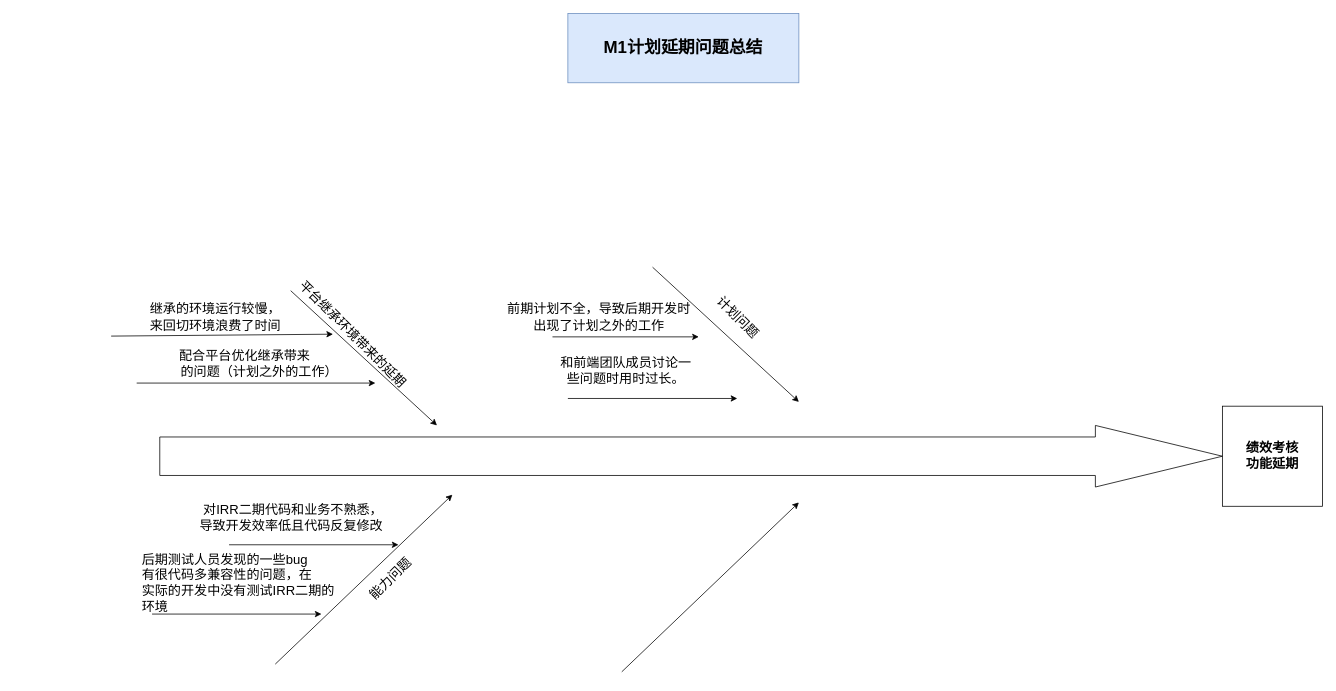
Earlier version of the draw.io diagram 鱼骨图（2022年1月计划延期说明）.drawio (heianqishizhisuiyuan/diagrams). Source tidied: cells renumbered, new cells numbered last; positions are measured from the earlier drawing's top-left corner, leaving out a move shared by most shapes. Both pictures are drawn from the tidied source at 77%, with x=0, y=0 at pixel (36, 13).
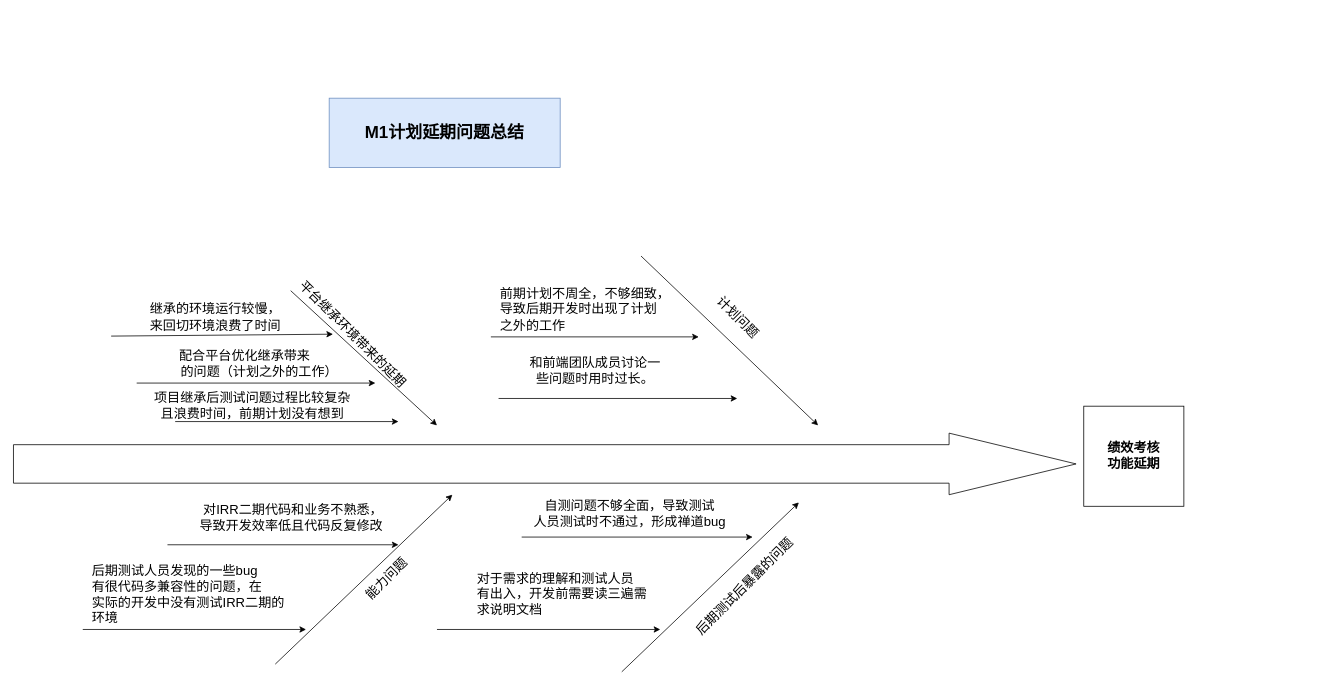
The same page after the edit.

The edit, as a diff of the source:
```diff
@@
     <mxCell id="2" value="绩效考核&lt;br style=&quot;font-size: 17px;&quot;&gt;功能延期" style="whiteSpace=wrap;html=1;fontStyle=1;fontSize=17;" parent="1" vertex="1">
-      <mxGeometry x="1540" y="510" width="130" height="130" as="geometry" />
+      <mxGeometry x="1360" y="510" width="130" height="130" as="geometry" />
     </mxCell>
     <mxCell id="3" value="M1计划延期问题总结" style="rounded=0;whiteSpace=wrap;html=1;fontStyle=1;fontSize=22;labelBackgroundColor=none;fillColor=#dae8fc;strokeColor=#6c8ebf;" parent="1" vertex="1">
-      <mxGeometry x="690" width="300" height="90" as="geometry" />
+      <mxGeometry x="380" y="110" width="300" height="90" as="geometry" />
     </mxCell>
     <mxCell id="4" style="shape=singleArrow;whiteSpace=wrap;html=1;labelBackgroundColor=none;fontSize=17;arrowWidth=0.625;arrowSize=0.11951219512195121;" parent="1" vertex="1">
-      <mxGeometry x="160" y="535" width="1380" height="80" as="geometry" />
+      <mxGeometry x="-30" y="545" width="1380" height="80" as="geometry" />
     </mxCell>
@@
     <mxCell id="11" style="endArrow=classic;html=1;rounded=0;fontSize=17;" parent="1" edge="1">
       <mxGeometry relative="1" as="geometry">
-        <mxPoint x="800" y="329.5" as="sourcePoint" />
-        <mxPoint x="990" y="504.5" as="targetPoint" />
+        <mxPoint x="785" y="315" as="sourcePoint" />
+        <mxPoint x="1015" y="535" as="targetPoint" />
       </mxGeometry>
     </mxCell>
@@
     <mxCell id="13" style="endArrow=classic;html=1;rounded=0;fontSize=17;" parent="1" edge="1">
       <mxGeometry relative="1" as="geometry">
-        <mxPoint x="670" y="420" as="sourcePoint" />
+        <mxPoint x="590" y="420" as="sourcePoint" />
         <mxPoint x="860" y="420" as="targetPoint" />
       </mxGeometry>
     </mxCell>
-    <mxCell id="14" value="前期计划不全，导致后期开发时&lt;br&gt;出现了计划之外的工作" style="text;html=1;align=center;verticalAlign=middle;strokeColor=none;fillColor=none;fontSize=17;" parent="1" vertex="1">
-      <mxGeometry x="605" y="370" width="250" height="50" as="geometry" />
+    <mxCell id="14" value="前期计划不周全，不够细致，&lt;br&gt;导致后期开发时出现了计划&lt;br&gt;之外的工作" style="text;html=1;align=left;verticalAlign=middle;strokeColor=none;fillColor=none;fontSize=17;" parent="1" vertex="1">
+      <mxGeometry x="600" y="350" width="240" height="70" as="geometry" />
     </mxCell>
@@
     <mxCell id="16" value="能力问题" style="text;html=1;align=center;verticalAlign=middle;strokeColor=none;fillColor=none;fontSize=17;rotation=-45;" parent="1" vertex="1">
-      <mxGeometry x="420" y="720" width="80" height="30" as="geometry" />
+      <mxGeometry x="415" y="720" width="80" height="30" as="geometry" />
     </mxCell>
@@
     <mxCell id="18" style="endArrow=classic;html=1;rounded=0;fontSize=17;" parent="1" edge="1">
       <mxGeometry relative="1" as="geometry">
-        <mxPoint x="690" y="500" as="sourcePoint" />
+        <mxPoint x="600" y="500" as="sourcePoint" />
         <mxPoint x="910" y="500" as="targetPoint" />
       </mxGeometry>
     </mxCell>
     <mxCell id="19" style="endArrow=classic;html=1;rounded=0;fontSize=17;" parent="1" edge="1">
       <mxGeometry relative="1" as="geometry">
-        <mxPoint x="150" y="780" as="sourcePoint" />
-        <mxPoint x="370" y="780" as="targetPoint" />
+        <mxPoint x="60" y="800" as="sourcePoint" />
+        <mxPoint x="350" y="800" as="targetPoint" />
       </mxGeometry>
     </mxCell>
@@
     <mxCell id="21" style="endArrow=classic;html=1;rounded=0;fontSize=17;" parent="1" edge="1">
       <mxGeometry relative="1" as="geometry">
-        <mxPoint x="250" y="690" as="sourcePoint" />
+        <mxPoint x="170" y="690" as="sourcePoint" />
         <mxPoint x="470" y="690" as="targetPoint" />
       </mxGeometry>
     </mxCell>
     <mxCell id="22" value="和前端团队成员讨论一&lt;br&gt;些问题时用时过长。" style="text;html=1;align=center;verticalAlign=middle;strokeColor=none;fillColor=none;fontSize=17;" parent="1" vertex="1">
-      <mxGeometry x="670" y="440" width="190" height="50" as="geometry" />
+      <mxGeometry x="630" y="440" width="190" height="50" as="geometry" />
     </mxCell>
     <mxCell id="23" value="后期测试人员发现的一些bug&lt;br&gt;有很代码多兼容性的问题，在&lt;br&gt;实际的开发中没有测试IRR二期的&lt;br&gt;环境" style="text;html=1;align=left;verticalAlign=middle;strokeColor=none;fillColor=none;fontSize=17;" parent="1" vertex="1">
-      <mxGeometry x="135" y="695" width="270" height="90" as="geometry" />
+      <mxGeometry x="70" y="710" width="270" height="90" as="geometry" />
     </mxCell>
+    <mxCell id="24" style="endArrow=classic;html=1;rounded=0;fontSize=17;" parent="1" edge="1">
+      <mxGeometry relative="1" as="geometry">
+        <mxPoint x="180" y="530" as="sourcePoint" />
+        <mxPoint x="470" y="530" as="targetPoint" />
+      </mxGeometry>
+    </mxCell>
+    <mxCell id="25" value="项目继承后测试问题过程比较复杂&lt;br&gt;且浪费时间，前期计划没有想到" style="text;html=1;align=center;verticalAlign=middle;strokeColor=none;fillColor=none;fontSize=17;" parent="1" vertex="1">
+      <mxGeometry x="145" y="485" width="270" height="50" as="geometry" />
+    </mxCell>
+    <mxCell id="26" style="text;html=1;align=center;verticalAlign=middle;strokeColor=none;fillColor=none;fontSize=17;" parent="1" vertex="1">
+      <mxGeometry x="880" y="745" width="20" height="30" as="geometry" />
+    </mxCell>
+    <mxCell id="27" value="后期测试后暴露的问题" style="text;html=1;align=center;verticalAlign=middle;strokeColor=none;fillColor=none;fontSize=17;rotation=-45;" parent="1" vertex="1">
+      <mxGeometry x="825" y="730" width="190" height="30" as="geometry" />
+    </mxCell>
+    <mxCell id="28" style="endArrow=classic;html=1;rounded=0;fontSize=17;" parent="1" edge="1">
+      <mxGeometry relative="1" as="geometry">
+        <mxPoint x="630" y="680" as="sourcePoint" />
+        <mxPoint x="930" y="680" as="targetPoint" />
+      </mxGeometry>
+    </mxCell>
+    <mxCell id="29" value="自测问题不够全面，导致测试&lt;br&gt;人员测试时不通过，形成禅道bug" style="text;html=1;align=center;verticalAlign=middle;strokeColor=none;fillColor=none;fontSize=17;" parent="1" vertex="1">
+      <mxGeometry x="640" y="625" width="260" height="50" as="geometry" />
+    </mxCell>
+    <mxCell id="30" style="endArrow=classic;html=1;rounded=0;fontSize=17;" parent="1" edge="1">
+      <mxGeometry relative="1" as="geometry">
+        <mxPoint x="520" y="800" as="sourcePoint" />
+        <mxPoint x="810" y="800" as="targetPoint" />
+      </mxGeometry>
+    </mxCell>
+    <mxCell id="31" value="对于需求的理解和测试人员&lt;br&gt;有出入，开发前需要读三遍需&lt;br&gt;求说明文档" style="text;html=1;align=left;verticalAlign=middle;strokeColor=none;fillColor=none;fontSize=17;" parent="1" vertex="1">
+      <mxGeometry x="570" y="720" width="240" height="70" as="geometry" />
+    </mxCell>
```
